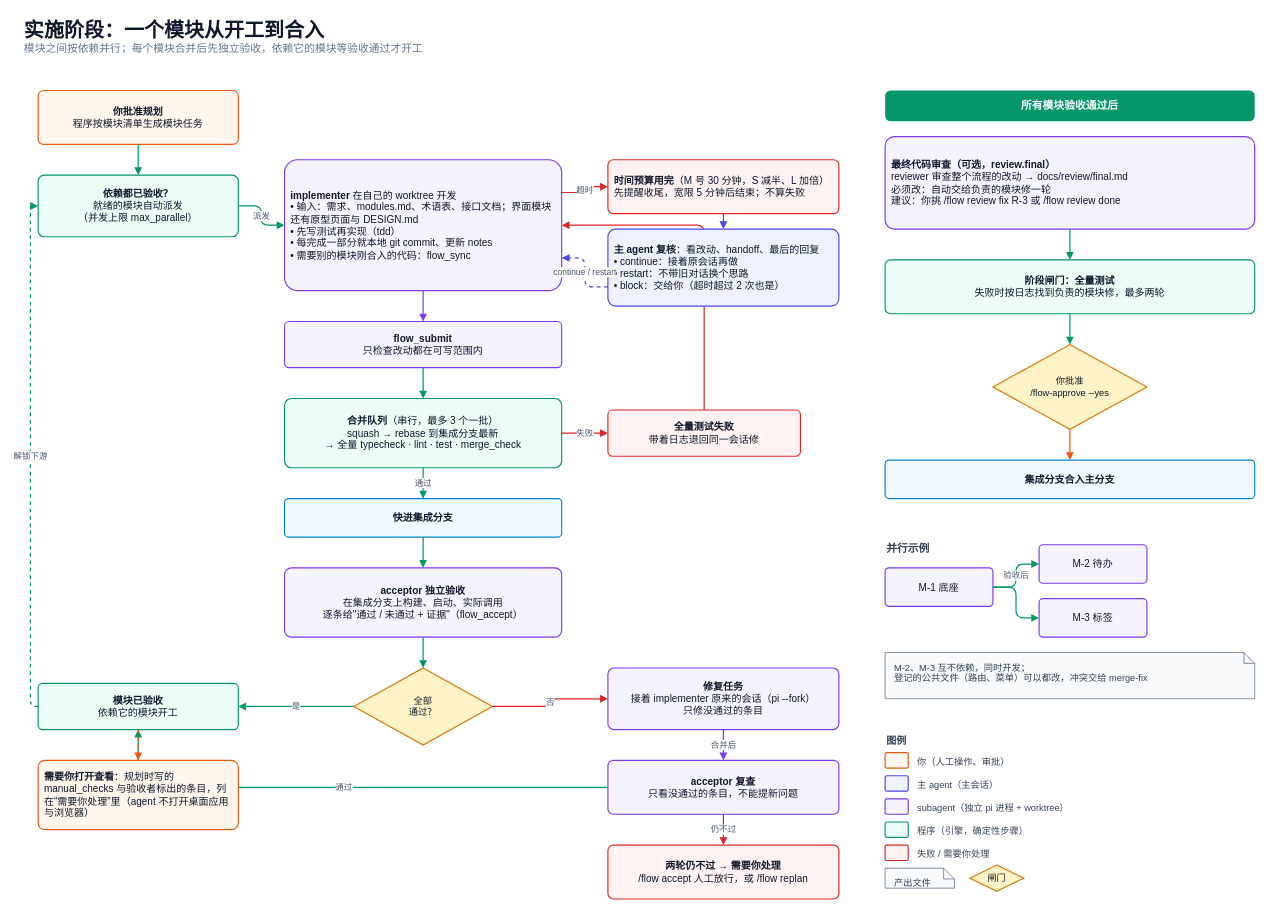
Earlier version of the draw.io diagram page "4 实施：模块的生命周期" (4 of 6) of docs/pi-flow.drawio (M2tHane/pi-flow). Source tidied: cells renumbered, new cells numbered last; positions are measured from the earlier drawing's top-left corner, leaving out a move shared by most shapes. Both pictures are drawn from the tidied source at 77%, with x=0, y=0 at pixel (22, 13).
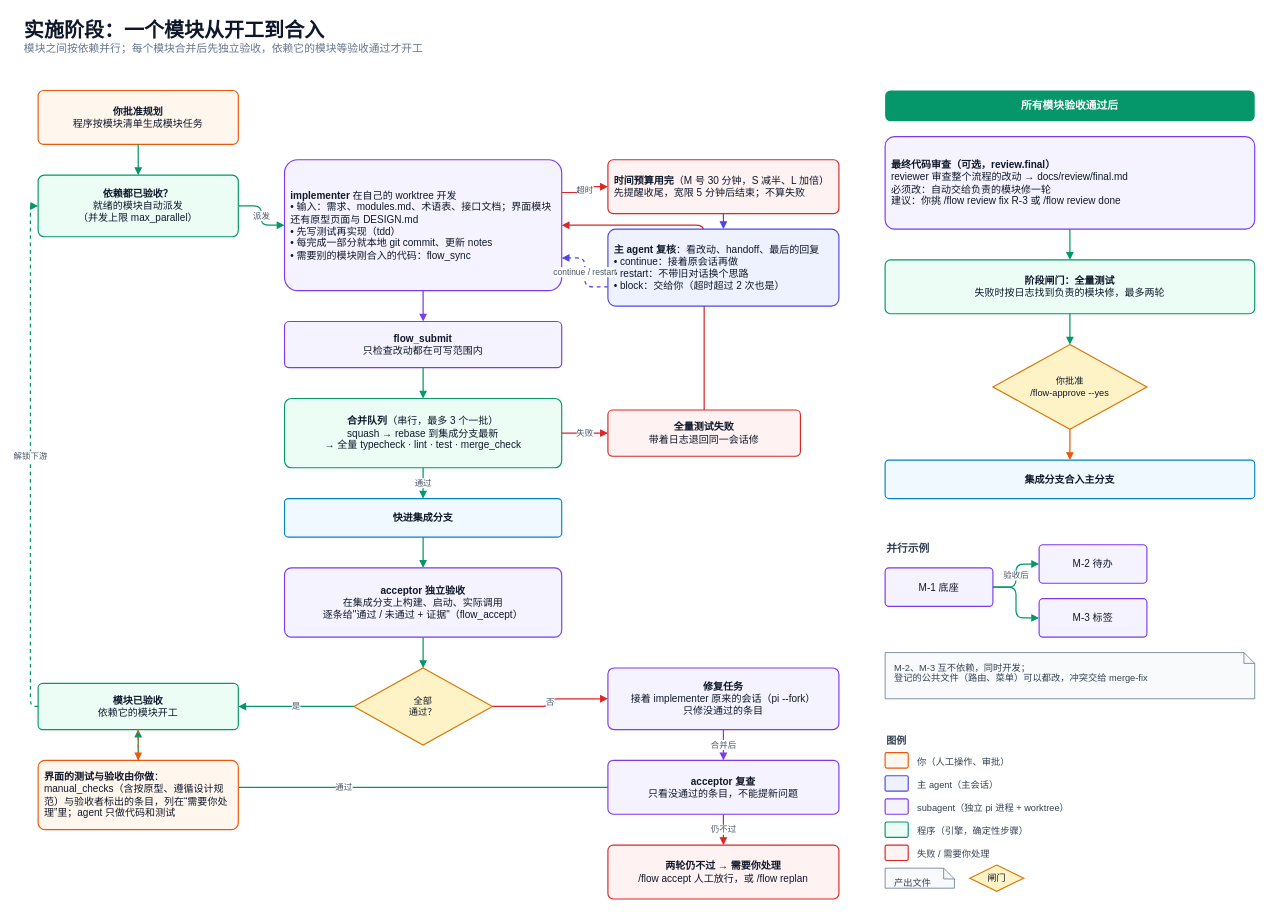
The same page after the edit.

What changed in the source:
```diff
@@
-    <mxCell id="36" value="&lt;b&gt;需要你打开查看&lt;/b&gt;：规划时写的 manual_checks 与验收者标出的条目，列在“需要你处理”里（agent 不打开桌面应用与浏览器）" style="rounded=1;whiteSpace=wrap;html=1;arcSize=10;fillColor=#FFF7ED;strokeColor=#EA580C;strokeWidth=1.5;fontSize=13;fontColor=#0F172A;spacing=8;fontFamily=Helvetica;align=left;" parent="1" vertex="1">
+    <mxCell id="36" value="&lt;b&gt;界面的测试与验收由你做&lt;/b&gt;：manual_checks（含按原型、遵循设计规范）与验收者标出的条目，列在“需要你处理”里；agent 只做代码和测试" style="rounded=1;whiteSpace=wrap;html=1;arcSize=10;fillColor=#FFF7ED;strokeColor=#EA580C;strokeWidth=1.5;fontSize=13;fontColor=#0F172A;spacing=8;fontFamily=Helvetica;align=left;" parent="1" vertex="1">
       <mxGeometry x="20" y="970" width="260" height="90" as="geometry" />
     </mxCell>
```
